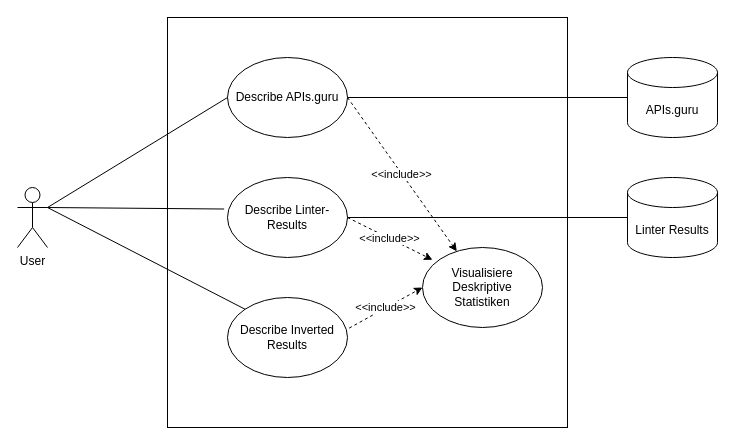
Above: requirements/usecase/describe.drawio in paulbrenker/thesis (draw.io), before the change. Source tidied: cells renumbered, new cells numbered last; positions are measured from the earlier drawing's top-left corner, leaving out a move shared by most shapes. Both pictures are drawn from the tidied source at 100%, with x=0, y=0 at pixel (17, 17).
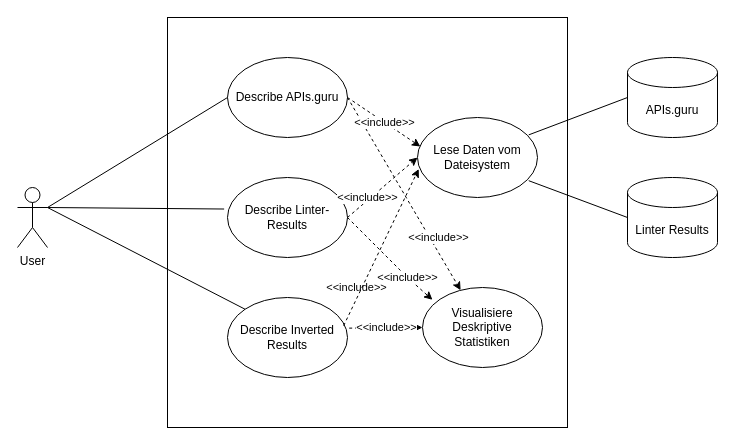
Above is the later version.

Commit message:
update description use case

Unchanged cells that the change refers to:
```xml
<mxCell id="4" value="Describe APIs.guru" style="ellipse;whiteSpace=wrap;html=1;" parent="1" vertex="1">
  <mxGeometry x="210" y="40" width="120" height="80" as="geometry" />
</mxCell>
<mxCell id="5" value="Describe Linter-Results" style="ellipse;whiteSpace=wrap;html=1;" parent="1" vertex="1">
  <mxGeometry x="210" y="160" width="120" height="80" as="geometry" />
</mxCell>
<mxCell id="6" value="Describe Inverted Results" style="ellipse;whiteSpace=wrap;html=1;" parent="1" vertex="1">
  <mxGeometry x="210" y="280" width="120" height="80" as="geometry" />
</mxCell>
<mxCell id="7" value="APIs.guru" style="shape=cylinder3;whiteSpace=wrap;html=1;boundedLbl=1;backgroundOutline=1;size=15;" parent="1" vertex="1">
  <mxGeometry x="610" y="40" width="90" height="80" as="geometry" />
</mxCell>
<mxCell id="8" value="Linter Results" style="shape=cylinder3;whiteSpace=wrap;html=1;boundedLbl=1;backgroundOutline=1;size=15;" parent="1" vertex="1">
  <mxGeometry x="610" y="160" width="90" height="80" as="geometry" />
</mxCell>
```

The edit, as a diff of the source:
```diff
@@
     <mxCell id="9" value="Visualisiere Deskriptive Statistiken" style="ellipse;whiteSpace=wrap;html=1;" parent="1" vertex="1">
-      <mxGeometry x="405" y="230" width="120" height="80" as="geometry" />
+      <mxGeometry x="405" y="270" width="120" height="80" as="geometry" />
     </mxCell>
     <mxCell id="10" value="&amp;lt;&amp;lt;include&amp;gt;&amp;gt;" style="endArrow=classic;html=1;exitX=1;exitY=0.5;exitDx=0;exitDy=0;dashed=1;" parent="1" edge="1" source="4" target="9">
-      <mxGeometry relative="1" as="geometry" />
+      <mxGeometry x="0.49" y="7" relative="1" as="geometry" />
     </mxCell>
     <mxCell id="11" value="&amp;lt;&amp;lt;include&amp;gt;&amp;gt;" style="endArrow=classic;html=1;exitX=1;exitY=0.5;exitDx=0;exitDy=0;entryX=0.083;entryY=0.154;entryDx=0;entryDy=0;entryPerimeter=0;dashed=1;" parent="1" edge="1" source="5" target="9">
-      <mxGeometry relative="1" as="geometry" />
+      <mxGeometry x="-0.06" y="-43" relative="1" as="geometry">
+        <Array as="points">
+          <mxPoint x="390" y="260" />
+        </Array>
+      </mxGeometry>
     </mxCell>
@@
-    <mxCell id="13" style="endArrow=none;html=1;exitX=1;exitY=0.5;exitDx=0;exitDy=0;entryX=0;entryY=0.5;entryDx=0;entryDy=0;entryPerimeter=0;" parent="1" edge="1" source="5" target="8">
+    <mxCell id="13" style="endArrow=none;html=1;exitX=0.927;exitY=0.79;exitDx=0;exitDy=0;entryX=0;entryY=0.5;entryDx=0;entryDy=0;entryPerimeter=0;exitPerimeter=0;" parent="1" edge="1" source="18" target="8">
       <mxGeometry relative="1" as="geometry" />
     </mxCell>
-    <mxCell id="14" style="endArrow=none;html=1;entryX=0;entryY=0.5;entryDx=0;entryDy=0;entryPerimeter=0;exitX=1;exitY=0.5;exitDx=0;exitDy=0;" parent="1" edge="1" source="4" target="7">
+    <mxCell id="14" style="endArrow=none;html=1;entryX=0;entryY=0.5;entryDx=0;entryDy=0;entryPerimeter=0;exitX=0.927;exitY=0.217;exitDx=0;exitDy=0;exitPerimeter=0;" parent="1" edge="1" source="18" target="7">
       <mxGeometry relative="1" as="geometry" />
     </mxCell>
@@
+    <mxCell id="18" value="Lese Daten vom Dateisystem" style="ellipse;whiteSpace=wrap;html=1;" parent="1" vertex="1">
+      <mxGeometry x="400" y="100" width="120" height="80" as="geometry" />
+    </mxCell>
+    <mxCell id="19" value="&amp;lt;&amp;lt;include&amp;gt;&amp;gt;" style="endArrow=classic;html=1;exitX=1;exitY=0.5;exitDx=0;exitDy=0;dashed=1;entryX=0.024;entryY=0.363;entryDx=0;entryDy=0;entryPerimeter=0;" parent="1" edge="1" source="4" target="18">
+      <mxGeometry relative="1" as="geometry" />
+    </mxCell>
+    <mxCell id="20" value="&amp;lt;&amp;lt;include&amp;gt;&amp;gt;" style="endArrow=classic;html=1;exitX=1;exitY=0.5;exitDx=0;exitDy=0;entryX=0;entryY=0.5;entryDx=0;entryDy=0;dashed=1;" parent="1" edge="1" source="5" target="18">
+      <mxGeometry x="-0.39" y="2" relative="1" as="geometry" />
+    </mxCell>
+    <mxCell id="21" value="&amp;lt;&amp;lt;include&amp;gt;&amp;gt;" style="endArrow=classic;html=1;exitX=0.968;exitY=0.352;exitDx=0;exitDy=0;exitPerimeter=0;entryX=0.01;entryY=0.644;entryDx=0;entryDy=0;dashed=1;entryPerimeter=0;" parent="1" edge="1" source="6" target="18">
+      <mxGeometry x="-0.18" y="-37" relative="1" as="geometry" />
+    </mxCell>
```
